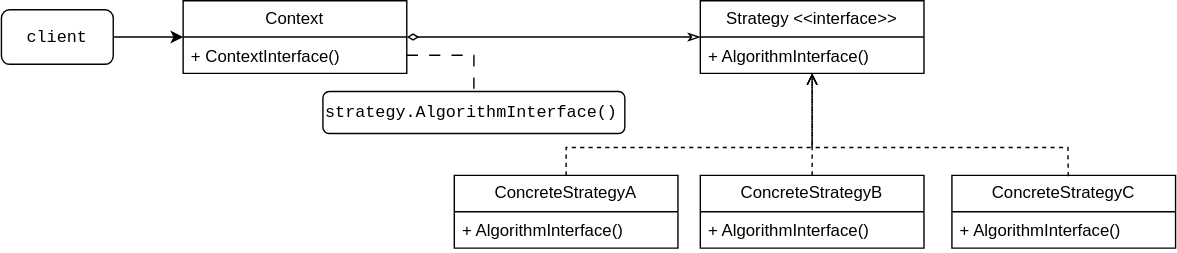
Earlier version of the draw.io export behavioral/strategy/figs/diagram.svg (l7aur/Design-Patterns-Playground). Source tidied: cells renumbered, new cells last; positions are measured from the earlier drawing's top-left corner, leaving out a move shared by most shapes.
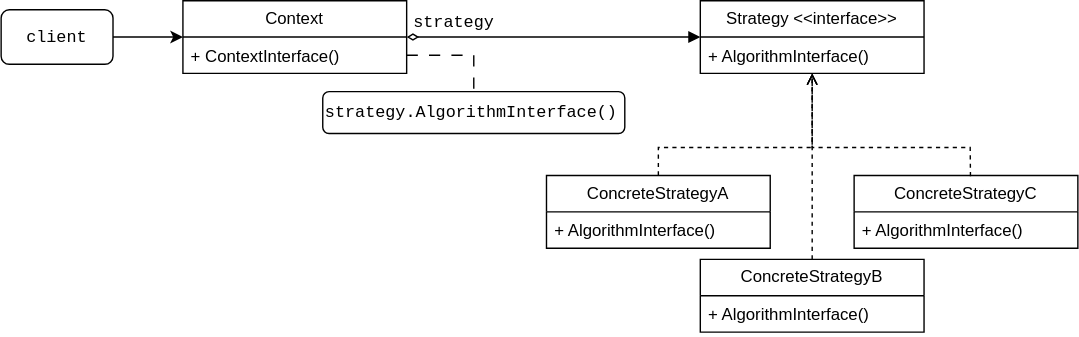
Later version of the same file.

The edit, as a diff of the source:
```diff
@@ -8,7 +8,7 @@
     <mxCell id="3" style="endArrow=open;html=1;rounded=0;endFill=0;exitX=0.5;exitY=0;exitDx=0;exitDy=0;dashed=1;entryX=0.5;entryY=1;entryDx=0;entryDy=0;" parent="1" edge="1" source="10" target="8">
       <mxGeometry relative="1" as="geometry">
         <Array as="points">
-          <mxPoint x="404" y="105" />
+          <mxPoint x="470" y="105" />
           <mxPoint x="580" y="105" />
         </Array>
       </mxGeometry>
@@ -16,7 +16,7 @@
     <mxCell id="4" value="&lt;font face=&quot;Courier New&quot;&gt;client&lt;/font&gt;" style="rounded=1;whiteSpace=wrap;html=1;" parent="1" vertex="1">
       <mxGeometry y="6.5" width="80" height="39" as="geometry" />
     </mxCell>
-    <mxCell id="5" style="edgeStyle=orthogonalEdgeStyle;rounded=0;jettySize=auto;html=1;exitX=1;exitY=0.5;exitDx=0;exitDy=0;entryX=0;entryY=0.5;entryDx=0;entryDy=0;endArrow=classicThin;endFill=0;startArrow=diamondThin;startFill=0;" parent="1" edge="1" source="6" target="8">
+    <mxCell id="5" style="edgeStyle=orthogonalEdgeStyle;rounded=0;jettySize=auto;html=1;exitX=1;exitY=0.5;exitDx=0;exitDy=0;entryX=0;entryY=0.5;entryDx=0;entryDy=0;endArrow=block;endFill=1;startArrow=diamondThin;startFill=0;" parent="1" edge="1" source="6" target="8">
       <mxGeometry relative="1" as="geometry" />
     </mxCell>
     <mxCell id="6" value="Context" style="swimlane;fontStyle=0;horizontal=1;startSize=26;fillColor=none;whiteSpace=wrap;html=1;" parent="1" vertex="1">
@@ -32,19 +32,19 @@
       <mxGeometry y="26" width="160" height="26" as="geometry" />
     </mxCell>
     <mxCell id="10" value="ConcreteStrategyA" style="swimlane;fontStyle=0;horizontal=1;startSize=26;fillColor=none;whiteSpace=wrap;html=1;" parent="1" vertex="1">
-      <mxGeometry x="324" y="125" width="160" height="52" as="geometry" />
+      <mxGeometry x="390" y="125" width="160" height="52" as="geometry" />
     </mxCell>
     <mxCell id="11" value="+ AlgorithmInterface()" style="text;strokeColor=none;fillColor=none;align=left;verticalAlign=top;spacingLeft=4;spacingRight=4;overflow=hidden;whiteSpace=wrap;html=1;" parent="10" vertex="1">
       <mxGeometry y="26" width="160" height="26" as="geometry" />
     </mxCell>
     <mxCell id="12" value="ConcreteStrategyB" style="swimlane;fontStyle=0;horizontal=1;startSize=26;fillColor=none;whiteSpace=wrap;html=1;" parent="1" vertex="1">
-      <mxGeometry x="500" y="125" width="160" height="52" as="geometry" />
+      <mxGeometry x="500" y="185" width="160" height="52" as="geometry" />
     </mxCell>
     <mxCell id="13" value="+ AlgorithmInterface()" style="text;strokeColor=none;fillColor=none;align=left;verticalAlign=top;spacingLeft=4;spacingRight=4;overflow=hidden;whiteSpace=wrap;html=1;" parent="12" vertex="1">
       <mxGeometry y="26" width="160" height="26" as="geometry" />
     </mxCell>
     <mxCell id="14" value="ConcreteStrategyC" style="swimlane;fontStyle=0;horizontal=1;startSize=26;fillColor=none;whiteSpace=wrap;html=1;" parent="1" vertex="1">
-      <mxGeometry x="680" y="125" width="160" height="52" as="geometry" />
+      <mxGeometry x="610" y="125" width="160" height="52" as="geometry" />
     </mxCell>
     <mxCell id="15" value="+ AlgorithmInterface()" style="text;strokeColor=none;fillColor=none;align=left;verticalAlign=top;spacingLeft=4;spacingRight=4;overflow=hidden;whiteSpace=wrap;html=1;" parent="14" vertex="1">
       <mxGeometry y="26" width="160" height="26" as="geometry" />
@@ -55,7 +55,7 @@
     <mxCell id="17" style="endArrow=open;html=1;rounded=0;endFill=0;exitX=0.52;exitY=0.01;exitDx=0;exitDy=0;dashed=1;entryX=0.5;entryY=1;entryDx=0;entryDy=0;exitPerimeter=0;" parent="1" edge="1" source="14" target="8">
       <mxGeometry relative="1" as="geometry">
         <Array as="points">
-          <mxPoint x="763" y="105" />
+          <mxPoint x="693" y="105" />
           <mxPoint x="580" y="105" />
         </Array>
       </mxGeometry>
@@ -66,5 +66,8 @@
     <mxCell id="19" style="edgeStyle=orthogonalEdgeStyle;rounded=0;jettySize=auto;html=1;exitX=1;exitY=0.5;exitDx=0;exitDy=0;entryX=0.5;entryY=0;entryDx=0;entryDy=0;dashed=1;dashPattern=8 8;endArrow=none;endFill=0;" parent="1" edge="1" source="7" target="18">
       <mxGeometry relative="1" as="geometry" />
     </mxCell>
+    <mxCell id="20" value="&lt;font face=&quot;Courier New&quot;&gt;strategy&lt;/font&gt;" style="text;html=1;whiteSpace=wrap;strokeColor=none;fillColor=none;align=center;verticalAlign=middle;rounded=0;" parent="1" vertex="1">
+      <mxGeometry x="294" width="60" height="30" as="geometry" />
+    </mxCell>
   </root>
 </mxGraphModel>
```
